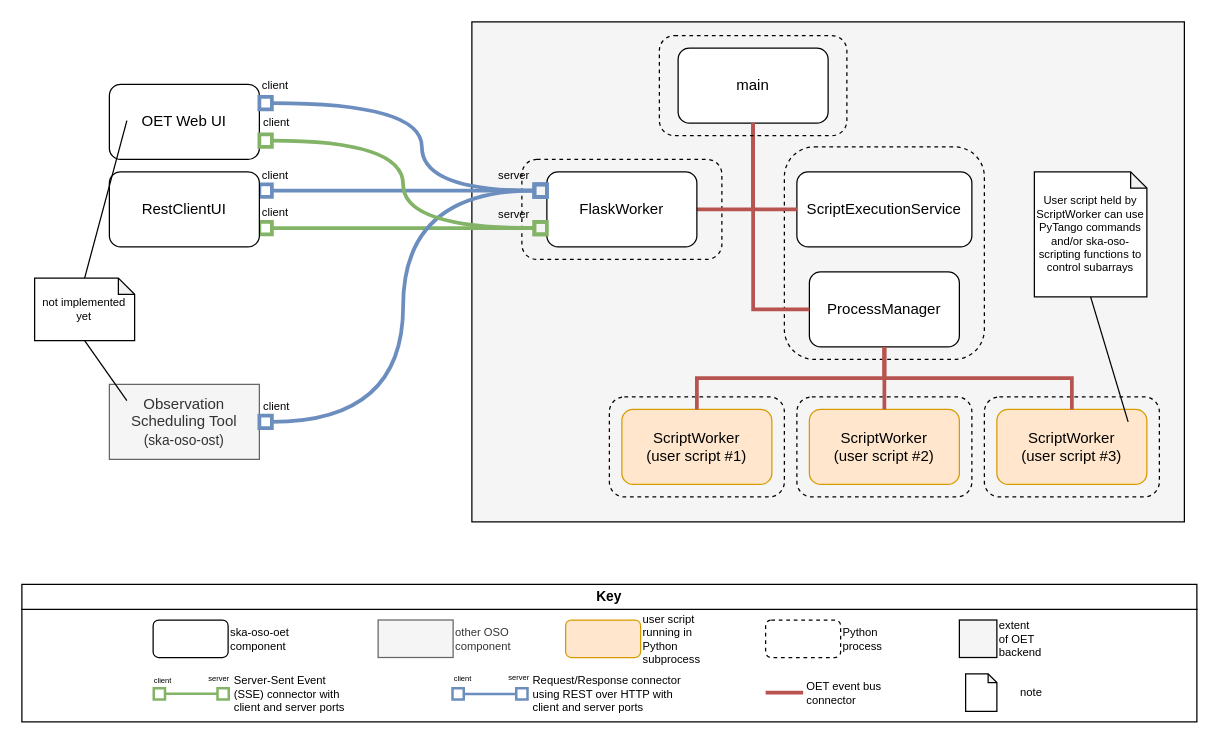
Before: docs/src/diagrams/backend_candc_primary.drawio in ska-telescope/observation-execution-tool, a draw.io diagram. Source tidied: cells renumbered, new cells numbered last; positions are measured from the earlier drawing's top-left corner, leaving out a move shared by most shapes. Both pictures are drawn from the tidied source at 125%, with x=0, y=0 at pixel (21, 21).
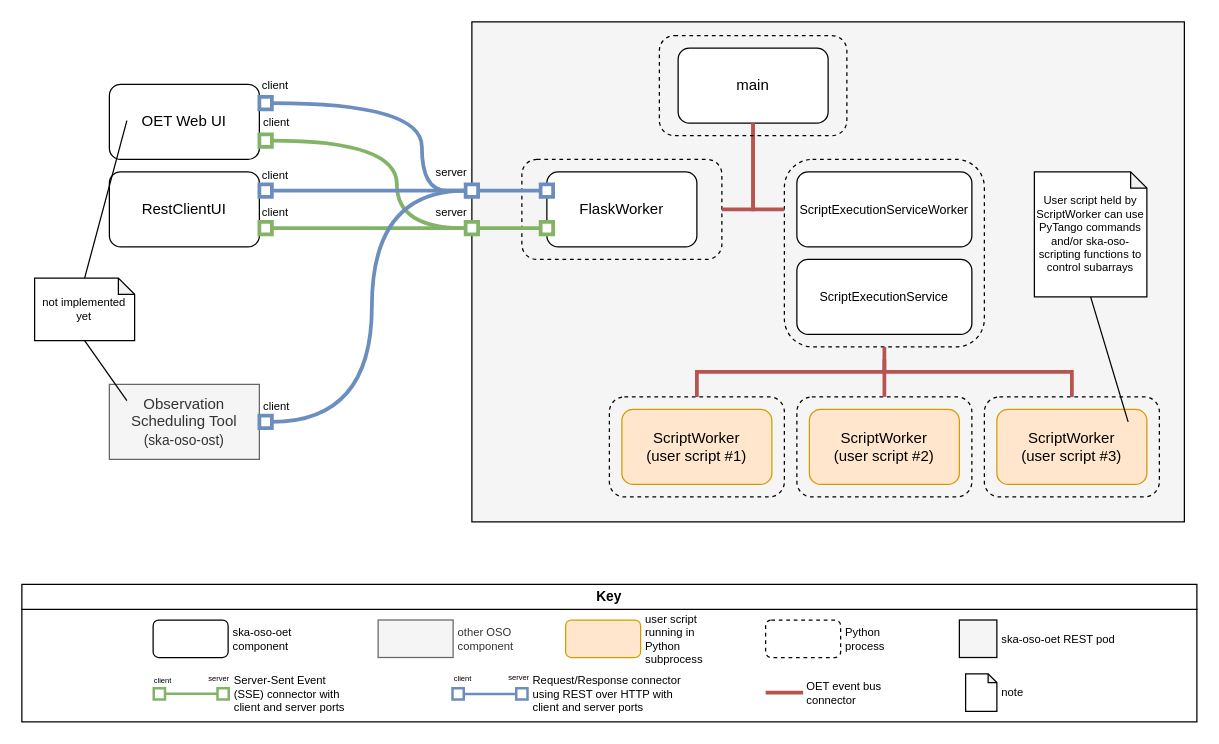
The same page after the edit.

Commit message (it also covers changes not shown here):
AT2-1392 improve C&C diagram

The change refers to these unchanged cells:
```xml
<mxCell id="4" value="REST" style="rounded=1;whiteSpace=wrap;html=1;dashed=1;fillColor=none;" parent="1" vertex="1">
  <mxGeometry x="400" y="110" width="160" height="80" as="geometry" />
</mxCell>
<mxCell id="7" value="RestClientUI" style="rounded=1;whiteSpace=wrap;html=1;" parent="1" vertex="1">
  <mxGeometry x="70" y="120" width="120" height="60" as="geometry" />
</mxCell>
<mxCell id="8" value="main" style="rounded=1;whiteSpace=wrap;html=1;" parent="1" vertex="1">
  <mxGeometry x="525" y="21" width="120" height="60" as="geometry" />
</mxCell>
<mxCell id="10" value="FlaskWorker" style="rounded=1;whiteSpace=wrap;html=1;" parent="1" vertex="1">
  <mxGeometry x="420" y="120" width="120" height="60" as="geometry" />
</mxCell>
<mxCell id="14" value="ScriptWorker&lt;br&gt;(user script #1)" style="rounded=1;whiteSpace=wrap;html=1;fillColor=#ffe6cc;strokeColor=#d79b00;" parent="1" vertex="1">
  <mxGeometry x="480" y="310" width="120" height="60" as="geometry" />
</mxCell>
<mxCell id="19" value="OET Web UI" style="rounded=1;whiteSpace=wrap;html=1;" parent="1" vertex="1">
  <mxGeometry x="70" y="50" width="120" height="60" as="geometry" />
</mxCell>
<mxCell id="20" value="Observation Scheduling Tool&lt;br&gt;&lt;font style=&quot;font-size: 11px&quot;&gt;(ska-oso-ost)&lt;/font&gt;" style="rounded=0;whiteSpace=wrap;html=1;fillColor=#f5f5f5;strokeColor=#666666;fontColor=#333333;glass=0;" parent="1" vertex="1">
  <mxGeometry x="70" y="290" width="120" height="60" as="geometry" />
</mxCell>
<mxCell id="51" value="ScriptWorker&lt;br&gt;(user script #2)" style="rounded=1;whiteSpace=wrap;html=1;fillColor=#ffe6cc;strokeColor=#d79b00;" parent="1" vertex="1">
  <mxGeometry x="630" y="310" width="120" height="60" as="geometry" />
</mxCell>
<mxCell id="53" value="ScriptWorker&lt;br&gt;(user script #3)" style="rounded=1;whiteSpace=wrap;html=1;fillColor=#ffe6cc;strokeColor=#d79b00;" parent="1" vertex="1">
  <mxGeometry x="780" y="310" width="120" height="60" as="geometry" />
</mxCell>
```

Change to the diagram source:
```diff
@@
-    <mxCell id="5" style="edgeStyle=orthogonalEdgeStyle;rounded=0;jettySize=auto;html=1;exitX=1;exitY=0.25;exitDx=0;exitDy=0;entryX=0;entryY=0.25;entryDx=0;entryDy=0;startArrow=box;startFill=0;strokeWidth=3;fillColor=#dae8fc;strokeColor=#6c8ebf;curved=1;endArrow=box;endFill=0;" parent="1" edge="1" source="7" target="10">
-      <mxGeometry relative="1" as="geometry" />
-    </mxCell>
-    <mxCell id="6" style="edgeStyle=orthogonalEdgeStyle;rounded=0;jettySize=auto;html=1;exitX=1;exitY=0.75;exitDx=0;exitDy=0;entryX=0;entryY=0.75;entryDx=0;entryDy=0;startArrow=box;startFill=0;strokeWidth=3;endArrow=box;endFill=0;fillColor=#d5e8d4;strokeColor=#82b366;curved=1;" parent="1" edge="1" source="7" target="10">
-      <mxGeometry relative="1" as="geometry" />
-    </mxCell>
@@
-    <mxCell id="9" style="edgeStyle=orthogonalEdgeStyle;rounded=0;jettySize=auto;html=1;exitX=1;exitY=0.5;exitDx=0;exitDy=0;fontSize=9;startArrow=none;startFill=0;endArrow=none;endFill=0;strokeWidth=3;fillColor=#f8cecc;strokeColor=#b85450;entryX=0.5;entryY=1;entryDx=0;entryDy=0;" parent="1" edge="1" source="10" target="8">
+    <mxCell id="9" style="edgeStyle=orthogonalEdgeStyle;rounded=0;jettySize=auto;html=1;exitX=1;exitY=0.5;exitDx=0;exitDy=0;fontSize=9;startArrow=none;startFill=0;endArrow=none;endFill=0;strokeWidth=3;fillColor=#f8cecc;strokeColor=#b85450;entryX=0.5;entryY=1;entryDx=0;entryDy=0;" parent="1" edge="1" source="4" target="8">
       <mxGeometry relative="1" as="geometry" />
     </mxCell>
@@
     <mxCell id="11" style="rounded=1;whiteSpace=wrap;html=1;dashed=1;verticalAlign=top;align=right;fontStyle=2;fontSize=10;spacing=0;spacingRight=7;fillColor=none;" parent="1" vertex="1">
-      <mxGeometry x="610" y="100" width="160" height="170" as="geometry" />
+      <mxGeometry x="610" y="110" width="160" height="150" as="geometry" />
     </mxCell>
-    <mxCell id="12" value="ScriptExecutionService" style="rounded=1;whiteSpace=wrap;html=1;" parent="1" vertex="1">
+    <mxCell id="12" value="ScriptExecutionServiceWorker" style="rounded=1;whiteSpace=wrap;html=1;fontSize=10;" parent="1" vertex="1">
       <mxGeometry x="620" y="120" width="140" height="60" as="geometry" />
     </mxCell>
@@
-    <mxCell id="15" style="edgeStyle=orthogonalEdgeStyle;rounded=0;jettySize=auto;html=1;exitX=0;exitY=0.5;exitDx=0;exitDy=0;startArrow=none;startFill=0;fillColor=#f8cecc;strokeColor=#b85450;strokeWidth=3;endArrow=none;endFill=0;entryX=0.5;entryY=1;entryDx=0;entryDy=0;" parent="1" edge="1" source="12" target="8">
-      <mxGeometry relative="1" as="geometry" />
+    <mxCell id="15" style="edgeStyle=orthogonalEdgeStyle;rounded=0;jettySize=auto;html=1;startArrow=none;startFill=0;fillColor=#f8cecc;strokeColor=#b85450;strokeWidth=3;endArrow=none;endFill=0;entryX=0.5;entryY=1;entryDx=0;entryDy=0;" parent="1" edge="1" target="8">
+      <mxGeometry relative="1" as="geometry">
+        <mxPoint x="610" y="150" as="sourcePoint" />
+        <Array as="points">
+          <mxPoint x="585" y="150" />
+        </Array>
+      </mxGeometry>
     </mxCell>
-    <mxCell id="16" value="ska-oso-oet component" style="rounded=1;whiteSpace=wrap;html=1;fontSize=9;align=left;labelPosition=right;verticalLabelPosition=middle;verticalAlign=middle;" parent="1" vertex="1">
+    <mxCell id="16" value="ska-oso-oet component" style="rounded=1;whiteSpace=wrap;html=1;fontSize=9;align=left;labelPosition=right;verticalLabelPosition=middle;verticalAlign=middle;spacingLeft=2;" parent="1" vertex="1">
       <mxGeometry x="105" y="478.5" width="60" height="30" as="geometry" />
     </mxCell>
-    <mxCell id="17" value="user script running in Python subprocess" style="rounded=1;whiteSpace=wrap;html=1;fontSize=9;align=left;labelPosition=right;verticalLabelPosition=middle;verticalAlign=middle;fillColor=#ffe6cc;strokeColor=#d79b00;" parent="1" vertex="1">
+    <mxCell id="17" value="user script running in Python subprocess" style="rounded=1;whiteSpace=wrap;html=1;fontSize=9;align=left;labelPosition=right;verticalLabelPosition=middle;verticalAlign=middle;fillColor=#ffe6cc;strokeColor=#d79b00;spacingLeft=2;" parent="1" vertex="1">
       <mxGeometry x="435" y="478.5" width="60" height="30" as="geometry" />
     </mxCell>
-    <mxCell id="18" value="Python&lt;br&gt;process" style="rounded=1;whiteSpace=wrap;html=1;fontSize=9;align=left;labelPosition=right;verticalLabelPosition=middle;verticalAlign=middle;dashed=1;" parent="1" vertex="1">
+    <mxCell id="18" value="Python&lt;br&gt;process" style="rounded=1;whiteSpace=wrap;html=1;fontSize=9;align=left;labelPosition=right;verticalLabelPosition=middle;verticalAlign=middle;dashed=1;spacingLeft=2;" parent="1" vertex="1">
       <mxGeometry x="595" y="478.5" width="60" height="30" as="geometry" />
     </mxCell>
@@
-    <mxCell id="21" style="edgeStyle=orthogonalEdgeStyle;rounded=0;jettySize=auto;html=1;exitX=1;exitY=0.25;exitDx=0;exitDy=0;entryX=0;entryY=0.25;entryDx=0;entryDy=0;startArrow=box;startFill=0;strokeWidth=3;fillColor=#dae8fc;strokeColor=#6c8ebf;curved=1;endArrow=box;endFill=0;" parent="1" edge="1" source="19" target="10">
-      <mxGeometry relative="1" as="geometry">
-        <Array as="points">
-          <mxPoint x="320" y="65" />
-          <mxPoint x="320" y="135" />
-        </Array>
-      </mxGeometry>
-    </mxCell>
-    <mxCell id="22" style="edgeStyle=orthogonalEdgeStyle;rounded=0;jettySize=auto;html=1;exitX=1;exitY=0.5;exitDx=0;exitDy=0;startArrow=box;startFill=0;strokeWidth=3;fillColor=#dae8fc;strokeColor=#6c8ebf;curved=1;entryX=0;entryY=0.25;entryDx=0;entryDy=0;endArrow=box;endFill=0;" parent="1" edge="1" source="20" target="10">
-      <mxGeometry relative="1" as="geometry" />
-    </mxCell>
-    <mxCell id="23" value="other OSO component" style="rounded=0;whiteSpace=wrap;html=1;fontSize=9;align=left;labelPosition=right;verticalLabelPosition=middle;verticalAlign=middle;fillColor=#f5f5f5;fontColor=#333333;strokeColor=#666666;" parent="1" vertex="1">
+    <mxCell id="23" value="other OSO component" style="rounded=0;whiteSpace=wrap;html=1;fontSize=9;align=left;labelPosition=right;verticalLabelPosition=middle;verticalAlign=middle;fillColor=#f5f5f5;fontColor=#333333;strokeColor=#666666;spacingLeft=2;" parent="1" vertex="1">
       <mxGeometry x="285" y="478.5" width="60" height="30" as="geometry" />
     </mxCell>
-    <mxCell id="24" style="edgeStyle=orthogonalEdgeStyle;rounded=0;jettySize=auto;html=1;exitX=1;exitY=0.75;exitDx=0;exitDy=0;entryX=0;entryY=0.75;entryDx=0;entryDy=0;startArrow=box;startFill=0;strokeWidth=3;endArrow=box;endFill=0;fillColor=#d5e8d4;strokeColor=#82b366;curved=1;" parent="1" edge="1" source="19" target="10">
-      <mxGeometry relative="1" as="geometry" />
-    </mxCell>
@@
-    <mxCell id="28" value="&lt;p style=&quot;font-size: 9px;&quot;&gt;&lt;font style=&quot;font-size: 9px;&quot;&gt;note&lt;/font&gt;&lt;/p&gt;" style="shape=note;whiteSpace=wrap;html=1;backgroundOutline=1;darkOpacity=0.05;fontFamily=Helvetica;fontSize=9;size=7;labelPosition=right;verticalLabelPosition=middle;align=left;verticalAlign=middle;spacingLeft=17;" parent="1" vertex="1">
+    <mxCell id="28" value="&lt;p style=&quot;font-size: 9px;&quot;&gt;&lt;font style=&quot;font-size: 9px;&quot;&gt;note&lt;/font&gt;&lt;/p&gt;" style="shape=note;whiteSpace=wrap;html=1;backgroundOutline=1;darkOpacity=0.05;fontFamily=Helvetica;fontSize=9;size=7;labelPosition=right;verticalLabelPosition=middle;align=left;verticalAlign=middle;spacingLeft=2;" parent="1" vertex="1">
       <mxGeometry x="755" y="521.5" width="25" height="30" as="geometry" />
     </mxCell>
@@
     <mxCell id="36" value="server" style="text;html=1;strokeColor=none;fillColor=none;align=center;verticalAlign=middle;whiteSpace=wrap;rounded=0;fontFamily=Helvetica;fontSize=9;" parent="1" vertex="1">
-      <mxGeometry x="364" y="108" width="60" height="30" as="geometry" />
+      <mxGeometry x="314" y="138" width="60" height="30" as="geometry" />
     </mxCell>
     <mxCell id="37" value="server" style="text;html=1;strokeColor=none;fillColor=none;align=center;verticalAlign=middle;whiteSpace=wrap;rounded=0;fontFamily=Helvetica;fontSize=9;" parent="1" vertex="1">
-      <mxGeometry x="364" y="139" width="60" height="30" as="geometry" />
+      <mxGeometry x="314" y="106" width="60" height="30" as="geometry" />
     </mxCell>
@@
-    <mxCell id="41" value="extent of OET backend" style="rounded=0;whiteSpace=wrap;html=1;fontFamily=Helvetica;fontSize=9;fillColor=#F5F5F5;labelPosition=right;verticalLabelPosition=middle;align=left;verticalAlign=middle;" parent="1" vertex="1">
+    <mxCell id="41" value="ska-oso-oet REST pod" style="rounded=0;html=1;fontFamily=Helvetica;fontSize=9;fillColor=#F5F5F5;labelPosition=right;verticalLabelPosition=middle;align=left;verticalAlign=middle;spacingLeft=2;" parent="1" vertex="1">
       <mxGeometry x="750" y="478.5" width="30" height="30" as="geometry" />
     </mxCell>
@@
-    <mxCell id="46" value="ProcessManager" style="rounded=1;whiteSpace=wrap;html=1;" parent="1" vertex="1">
-      <mxGeometry x="630" y="200" width="120" height="60" as="geometry" />
-    </mxCell>
-    <mxCell id="47" style="edgeStyle=orthogonalEdgeStyle;rounded=0;jettySize=auto;html=1;exitX=0;exitY=0.5;exitDx=0;exitDy=0;startArrow=none;startFill=0;fillColor=#f8cecc;strokeColor=#b85450;strokeWidth=3;endArrow=none;endFill=0;entryX=0.5;entryY=1;entryDx=0;entryDy=0;" parent="1" edge="1" source="46" target="8">
-      <mxGeometry relative="1" as="geometry" />
-    </mxCell>
-    <mxCell id="48" style="edgeStyle=orthogonalEdgeStyle;rounded=0;jettySize=auto;html=1;exitX=0.5;exitY=0;exitDx=0;exitDy=0;startArrow=none;startFill=0;fillColor=#f8cecc;strokeColor=#b85450;strokeWidth=3;endArrow=none;endFill=0;entryX=0.5;entryY=1;entryDx=0;entryDy=0;" parent="1" edge="1" source="14" target="46">
-      <mxGeometry relative="1" as="geometry" />
+    <mxCell id="48" style="edgeStyle=orthogonalEdgeStyle;rounded=0;orthogonalLoop=1;jettySize=auto;html=1;startArrow=none;startFill=0;fillColor=#f8cecc;strokeColor=#b85450;strokeWidth=3;endArrow=none;endFill=0;" parent="1" edge="1">
+      <mxGeometry relative="1" as="geometry">
+        <mxPoint x="540" y="300" as="sourcePoint" />
+        <mxPoint x="690" y="280" as="targetPoint" />
+        <Array as="points">
+          <mxPoint x="540" y="280" />
+          <mxPoint x="690" y="280" />
+        </Array>
+      </mxGeometry>
     </mxCell>
@@
-    <mxCell id="54" style="edgeStyle=orthogonalEdgeStyle;rounded=0;jettySize=auto;html=1;exitX=0.5;exitY=0;exitDx=0;exitDy=0;startArrow=none;startFill=0;fillColor=#f8cecc;strokeColor=#b85450;strokeWidth=3;endArrow=none;endFill=0;entryX=0.5;entryY=1;entryDx=0;entryDy=0;" parent="1" edge="1" source="51" target="46">
-      <mxGeometry relative="1" as="geometry" />
+    <mxCell id="54" style="edgeStyle=orthogonalEdgeStyle;rounded=0;orthogonalLoop=1;jettySize=auto;html=1;startArrow=none;startFill=0;fillColor=#f8cecc;strokeColor=#b85450;strokeWidth=3;endArrow=none;endFill=0;" parent="1" edge="1">
+      <mxGeometry relative="1" as="geometry">
+        <mxPoint x="690" y="300" as="sourcePoint" />
+        <mxPoint x="690" y="270" as="targetPoint" />
+      </mxGeometry>
     </mxCell>
+    <mxCell id="57" style="rounded=0;whiteSpace=wrap;html=1;fontSize=10;fillColor=default;strokeColor=none;" parent="1" vertex="1">
+      <mxGeometry x="355" y="160" width="10" height="10" as="geometry" />
+    </mxCell>
-    <mxCell id="55" style="edgeStyle=orthogonalEdgeStyle;rounded=0;jettySize=auto;html=1;exitX=0.5;exitY=0;exitDx=0;exitDy=0;startArrow=none;startFill=0;fillColor=#f8cecc;strokeColor=#b85450;strokeWidth=3;endArrow=none;endFill=0;entryX=0.5;entryY=1;entryDx=0;entryDy=0;" parent="1" edge="1" source="53" target="46">
-      <mxGeometry relative="1" as="geometry" />
+    <mxCell id="55" style="edgeStyle=orthogonalEdgeStyle;rounded=0;jettySize=auto;html=1;startArrow=none;startFill=0;fillColor=#f8cecc;strokeColor=#b85450;strokeWidth=3;endArrow=none;endFill=0;entryX=0.5;entryY=1;entryDx=0;entryDy=0;" parent="1" edge="1" target="11">
+      <mxGeometry relative="1" as="geometry">
+        <mxPoint x="840" y="300" as="sourcePoint" />
+        <Array as="points">
+          <mxPoint x="840" y="280" />
+          <mxPoint x="690" y="280" />
+        </Array>
+      </mxGeometry>
     </mxCell>
@@
+    <mxCell id="58" style="rounded=0;whiteSpace=wrap;html=1;fontSize=10;fillColor=default;strokeColor=none;" parent="1" vertex="1">
+      <mxGeometry x="355" y="130" width="10" height="10" as="geometry" />
+    </mxCell>
+    <mxCell id="59" style="rounded=0;whiteSpace=wrap;html=1;fontSize=10;fillColor=default;strokeColor=none;" parent="1" vertex="1">
+      <mxGeometry x="415" y="160" width="10" height="10" as="geometry" />
+    </mxCell>
+    <mxCell id="60" style="rounded=0;whiteSpace=wrap;html=1;fontSize=10;fillColor=default;strokeColor=none;" parent="1" vertex="1">
+      <mxGeometry x="415" y="130" width="10" height="10" as="geometry" />
+    </mxCell>
+    <mxCell id="61" style="edgeStyle=orthogonalEdgeStyle;rounded=0;orthogonalLoop=1;jettySize=auto;html=1;exitX=0;exitY=0.75;exitDx=0;exitDy=0;startArrow=box;startFill=0;strokeWidth=3;endArrow=none;endFill=0;fillColor=#dae8fc;strokeColor=#6c8ebf;curved=1;" parent="1" edge="1">
+      <mxGeometry relative="1" as="geometry">
+        <mxPoint x="425" y="135" as="sourcePoint" />
+        <mxPoint x="364" y="135" as="targetPoint" />
+      </mxGeometry>
+    </mxCell>
+    <mxCell id="62" style="edgeStyle=orthogonalEdgeStyle;rounded=0;orthogonalLoop=1;jettySize=auto;html=1;exitX=0;exitY=0.75;exitDx=0;exitDy=0;startArrow=box;startFill=0;strokeWidth=3;endArrow=none;endFill=0;fillColor=#d5e8d4;strokeColor=#82b366;curved=1;" parent="1" edge="1">
+      <mxGeometry relative="1" as="geometry">
+        <mxPoint x="425" y="165" as="sourcePoint" />
+        <mxPoint x="364" y="165" as="targetPoint" />
+      </mxGeometry>
+    </mxCell>
+    <mxCell id="24" style="edgeStyle=orthogonalEdgeStyle;rounded=0;jettySize=auto;html=1;exitX=1;exitY=0.75;exitDx=0;exitDy=0;startArrow=box;startFill=0;strokeWidth=3;endArrow=none;endFill=0;fillColor=#d5e8d4;strokeColor=#82b366;curved=1;" parent="1" edge="1" source="19">
+      <mxGeometry relative="1" as="geometry">
+        <mxPoint x="354" y="165" as="targetPoint" />
+        <Array as="points">
+          <mxPoint x="300" y="95" />
+          <mxPoint x="300" y="165" />
+        </Array>
+      </mxGeometry>
+    </mxCell>
+    <mxCell id="6" style="edgeStyle=orthogonalEdgeStyle;rounded=0;jettySize=auto;html=1;exitX=1;exitY=0.75;exitDx=0;exitDy=0;startArrow=box;startFill=0;strokeWidth=3;endArrow=box;endFill=0;fillColor=#d5e8d4;strokeColor=#82b366;curved=1;" parent="1" edge="1" source="7">
+      <mxGeometry relative="1" as="geometry">
+        <mxPoint x="365" y="165" as="targetPoint" />
+      </mxGeometry>
+    </mxCell>
+    <mxCell id="21" style="edgeStyle=orthogonalEdgeStyle;rounded=0;jettySize=auto;html=1;exitX=1;exitY=0.25;exitDx=0;exitDy=0;startArrow=box;startFill=0;strokeWidth=3;fillColor=#dae8fc;strokeColor=#6c8ebf;curved=1;endArrow=none;endFill=0;" parent="1" edge="1" source="19">
+      <mxGeometry relative="1" as="geometry">
+        <mxPoint x="350" y="135" as="targetPoint" />
+        <Array as="points">
+          <mxPoint x="320" y="65" />
+          <mxPoint x="320" y="135" />
+          <mxPoint x="360" y="135" />
+        </Array>
+      </mxGeometry>
+    </mxCell>
+    <mxCell id="22" style="edgeStyle=orthogonalEdgeStyle;rounded=0;jettySize=auto;html=1;exitX=1;exitY=0.5;exitDx=0;exitDy=0;startArrow=box;startFill=0;strokeWidth=3;fillColor=#dae8fc;strokeColor=#6c8ebf;curved=1;endArrow=none;endFill=0;" parent="1" edge="1" source="20">
+      <mxGeometry relative="1" as="geometry">
+        <mxPoint x="355" y="135" as="targetPoint" />
+        <Array as="points">
+          <mxPoint x="280" y="320" />
+          <mxPoint x="280" y="135" />
+        </Array>
+      </mxGeometry>
+    </mxCell>
+    <mxCell id="5" style="edgeStyle=orthogonalEdgeStyle;rounded=0;jettySize=auto;html=1;exitX=1;exitY=0.25;exitDx=0;exitDy=0;startArrow=box;startFill=0;strokeWidth=3;fillColor=#dae8fc;strokeColor=#6c8ebf;curved=1;endArrow=box;endFill=0;" parent="1" edge="1" source="7">
+      <mxGeometry relative="1" as="geometry">
+        <mxPoint x="365" y="135" as="targetPoint" />
+      </mxGeometry>
+    </mxCell>
+    <mxCell id="63" value="ScriptExecutionService" style="rounded=1;whiteSpace=wrap;html=1;fontSize=10;" parent="1" vertex="1">
+      <mxGeometry x="620" y="190" width="140" height="60" as="geometry" />
+    </mxCell>
```
